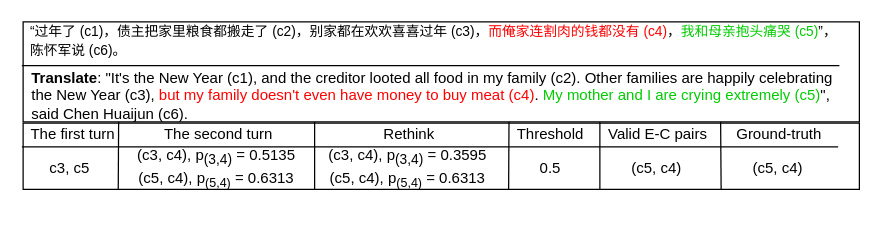
Before: case3.drawio in zhoucz97/paper_figure, a draw.io diagram. Source tidied: cells renumbered, new cells numbered last; positions are measured from the earlier drawing's top-left corner, leaving out a move shared by most shapes. Both pictures are drawn from the tidied source at 125%, with x=0, y=0 at pixel (21, 21).
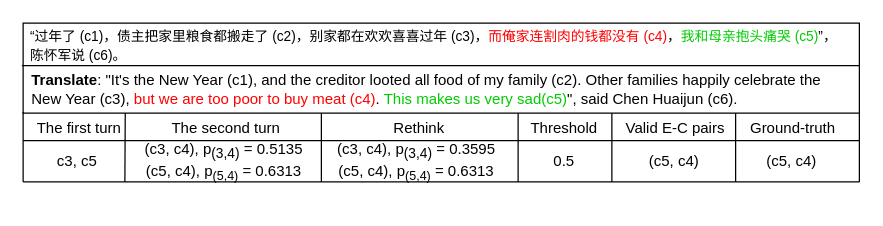
Above is the later version.

The edit, as a diff of the source:
```diff
@@
     <mxCell id="2" style="rounded=0;whiteSpace=wrap;html=1;shadow=0;glass=0;sketch=0;strokeWidth=1;gradientColor=#FFFFFF;fillColor=none;" parent="1" vertex="1">
-      <mxGeometry x="1" width="669" height="80" as="geometry" />
+      <mxGeometry x="1" y="1" width="669" height="72" as="geometry" />
     </mxCell>
-    <mxCell id="3" value="&lt;b&gt;Translate&lt;/b&gt;: &quot;It's the New Year (c1), and the creditor looted all food in my family (c2). Other families are happily celebrating the New Year (c3), &lt;font color=&quot;#ff0000&quot;&gt;but my family doesn't even have money to buy meat (c4)&lt;/font&gt;. &lt;font color=&quot;#00cc00&quot;&gt;My mother and I are crying extremely (c5)&lt;/font&gt;&quot;, said Chen Huaijun (c6).&lt;p style=&quot;line-height: 140%&quot;&gt;&lt;/p&gt;" style="text;html=1;fillColor=none;align=left;verticalAlign=middle;whiteSpace=wrap;rounded=0;strokeWidth=0;" parent="1" vertex="1">
-      <mxGeometry x="6.3" y="40" width="653.7" height="50" as="geometry" />
+    <mxCell id="3" value="&lt;b&gt;Translate&lt;/b&gt;: &quot;It's the New Year (c1), and the creditor looted all food of my family (c2). Other families happily celebrate the New Year (c3),&amp;nbsp;&lt;font color=&quot;#ff0000&quot;&gt;but we are too poor to buy meat (c4)&lt;/font&gt;. &lt;font color=&quot;#00cc00&quot;&gt;This makes us very sad(c5)&lt;/font&gt;&quot;, said Chen Huaijun (c6).&lt;p style=&quot;line-height: 140%&quot;&gt;&lt;/p&gt;" style="text;html=1;fillColor=none;align=left;verticalAlign=middle;whiteSpace=wrap;rounded=0;strokeWidth=0;" parent="1" vertex="1">
+      <mxGeometry x="6.3" y="35" width="653.7" height="50" as="geometry" />
     </mxCell>
     <mxCell id="4" value="Ground-truth" style="text;html=1;strokeColor=none;fillColor=none;align=center;verticalAlign=middle;whiteSpace=wrap;rounded=0;shadow=0;glass=0;sketch=0;" parent="1" vertex="1">
-      <mxGeometry x="564.6" y="80" width="82" height="20" as="geometry" />
+      <mxGeometry x="576" y="75" width="82" height="20" as="geometry" />
     </mxCell>
     <mxCell id="5" value="&lt;font style=&quot;font-size: 12px&quot;&gt;The first turn&lt;/font&gt;" style="text;html=1;strokeColor=none;fillColor=none;align=center;verticalAlign=middle;whiteSpace=wrap;rounded=0;shadow=0;glass=0;sketch=0;" parent="1" vertex="1">
-      <mxGeometry x="4.8" y="80" width="72.2" height="20" as="geometry" />
+      <mxGeometry x="10.1" y="75" width="72.2" height="20" as="geometry" />
     </mxCell>
     <mxCell id="6" value="The second turn" style="text;html=1;strokeColor=none;fillColor=none;align=center;verticalAlign=middle;whiteSpace=wrap;rounded=0;shadow=0;glass=0;sketch=0;" parent="1" vertex="1">
-      <mxGeometry x="108.4" y="80" width="99" height="20" as="geometry" />
+      <mxGeometry x="113.8" y="75" width="99" height="20" as="geometry" />
     </mxCell>
     <mxCell id="7" value="Rethink" style="text;html=1;strokeColor=none;fillColor=none;align=center;verticalAlign=middle;whiteSpace=wrap;rounded=0;shadow=0;glass=0;sketch=0;" parent="1" vertex="1">
-      <mxGeometry x="270.4" y="80" width="80" height="20" as="geometry" />
+      <mxGeometry x="278" y="75" width="80" height="20" as="geometry" />
     </mxCell>
     <mxCell id="8" value="Valid E-C pairs" style="text;html=1;strokeColor=none;fillColor=none;align=center;verticalAlign=middle;whiteSpace=wrap;rounded=0;shadow=0;glass=0;sketch=0;" parent="1" vertex="1">
-      <mxGeometry x="463.4" y="80" width="92" height="20" as="geometry" />
+      <mxGeometry x="477.1" y="75" width="92" height="20" as="geometry" />
     </mxCell>
     <mxCell id="9" value="c3, c5" style="text;html=1;strokeColor=none;fillColor=none;align=center;verticalAlign=middle;whiteSpace=wrap;rounded=0;shadow=0;glass=0;sketch=0;" parent="1" vertex="1">
-      <mxGeometry x="6.3" y="110.5" width="64.8" height="13" as="geometry" />
+      <mxGeometry x="11.6" y="105.5" width="64.8" height="13" as="geometry" />
     </mxCell>
     <mxCell id="10" value="&lt;p&gt;(c3, c4), p&lt;sub&gt;&lt;font style=&quot;font-size: 11px&quot;&gt;(3,4)&lt;/font&gt;&lt;/sub&gt; = 0.5135&amp;nbsp; (c5, c4), p&lt;sub&gt;(5,4)&lt;/sub&gt; = 0.6313&amp;nbsp;&lt;br&gt;&lt;/p&gt;" style="text;html=1;strokeColor=none;fillColor=none;align=center;verticalAlign=middle;whiteSpace=wrap;rounded=0;shadow=0;glass=0;sketch=0;" parent="1" vertex="1">
-      <mxGeometry x="85.4" y="100" width="145" height="34" as="geometry" />
+      <mxGeometry x="90.8" y="95" width="145" height="34" as="geometry" />
     </mxCell>
     <mxCell id="11" value="(c5, c4)" style="text;html=1;strokeColor=none;fillColor=none;align=center;verticalAlign=middle;whiteSpace=wrap;rounded=0;shadow=0;glass=0;sketch=0;" parent="1" vertex="1">
-      <mxGeometry x="461.2" y="110.5" width="94.2" height="13" as="geometry" />
+      <mxGeometry x="474.8" y="105.5" width="94.2" height="13" as="geometry" />
     </mxCell>
     <mxCell id="12" value="Threshold" style="text;html=1;strokeColor=none;fillColor=none;align=center;verticalAlign=middle;whiteSpace=wrap;rounded=0;shadow=0;glass=0;sketch=0;" parent="1" vertex="1">
-      <mxGeometry x="396.4" y="80" width="54" height="20" as="geometry" />
+      <mxGeometry x="407" y="75" width="54" height="20" as="geometry" />
     </mxCell>
     <mxCell id="13" value="0.5" style="text;html=1;strokeColor=none;fillColor=none;align=center;verticalAlign=middle;whiteSpace=wrap;rounded=0;shadow=0;glass=0;sketch=0;" parent="1" vertex="1">
-      <mxGeometry x="403.4" y="110.5" width="40" height="13" as="geometry" />
+      <mxGeometry x="414" y="105.5" width="40" height="13" as="geometry" />
     </mxCell>
     <mxCell id="14" value="&lt;span style=&quot;font-size: 11px&quot;&gt;“过年了 (c1)，债主把家里粮食都搬走了 (c2)，别家都在欢欢喜喜过年 (c3)，&lt;font color=&quot;#ff0000&quot;&gt;而俺家连割肉的钱都没有 (c4)&lt;/font&gt;，&lt;font color=&quot;#00cc00&quot;&gt;我和母亲抱头痛哭 (c5)&lt;/font&gt;”，陈怀军说 (c6)。&lt;/span&gt;" style="text;html=1;strokeColor=none;fillColor=none;align=left;verticalAlign=middle;whiteSpace=wrap;rounded=0;" parent="1" vertex="1">
-      <mxGeometry x="5.3" width="654.7" height="30" as="geometry" />
+      <mxGeometry x="5.3" y="4" width="654.7" height="30" as="geometry" />
     </mxCell>
     <mxCell id="15" value="(c5, c4)" style="text;html=1;strokeColor=none;fillColor=none;align=center;verticalAlign=middle;whiteSpace=wrap;rounded=0;shadow=0;glass=0;sketch=0;" parent="1" vertex="1">
-      <mxGeometry x="563.8" y="110.5" width="81.6" height="13" as="geometry" />
+      <mxGeometry x="575" y="105.5" width="81.6" height="13" as="geometry" />
     </mxCell>
     <mxCell id="16" style="endArrow=none;html=1;entryX=0.123;entryY=0.016;entryDx=0;entryDy=0;entryPerimeter=0;endSize=7;startSize=7;" parent="1" edge="1">
       <mxGeometry relative="1" as="geometry">
-        <mxPoint x="234.2" y="134" as="sourcePoint" />
-        <mxPoint x="234.2" y="80" as="targetPoint" />
+        <mxPoint x="239.6" y="128" as="sourcePoint" />
+        <mxPoint x="239.6" y="73" as="targetPoint" />
       </mxGeometry>
     </mxCell>
     <mxCell id="17" style="endArrow=none;html=1;entryX=0.123;entryY=0.016;entryDx=0;entryDy=0;entryPerimeter=0;endSize=7;startSize=7;" parent="1" edge="1">
       <mxGeometry relative="1" as="geometry">
-        <mxPoint x="389.4" y="134" as="sourcePoint" />
-        <mxPoint x="389.7" y="80" as="targetPoint" />
+        <mxPoint x="397" y="128" as="sourcePoint" />
+        <mxPoint x="397" y="73" as="targetPoint" />
       </mxGeometry>
     </mxCell>
-    <mxCell id="18" style="endArrow=none;html=1;entryX=0.123;entryY=0.016;entryDx=0;entryDy=0;entryPerimeter=0;endSize=7;startSize=7;" parent="1" edge="1">
-      <mxGeometry relative="1" as="geometry">
-        <mxPoint x="559.4" y="134" as="sourcePoint" />
-        <mxPoint x="559" y="80" as="targetPoint" />
-      </mxGeometry>
-    </mxCell>
-    <mxCell id="19" style="rounded=0;whiteSpace=wrap;html=1;shadow=0;glass=0;sketch=0;strokeWidth=1;fillColor=none;gradientColor=#FFFFFF;" parent="1" vertex="1">
-      <mxGeometry x="1" y="81" width="669" height="53" as="geometry" />
-    </mxCell>
     <mxCell id="20" style="endArrow=none;html=1;startSize=7;endSize=7;" parent="1" edge="1">
       <mxGeometry relative="1" as="geometry">
-        <mxPoint x="462.4" y="134" as="sourcePoint" />
-        <mxPoint x="462.4" y="80" as="targetPoint" />
+        <mxPoint x="472" y="128" as="sourcePoint" />
+        <mxPoint x="472" y="73" as="targetPoint" />
       </mxGeometry>
     </mxCell>
     <mxCell id="21" value="&lt;p&gt;(c3, c4), p&lt;sub&gt;&lt;font style=&quot;font-size: 11px&quot;&gt;(3,4)&lt;/font&gt;&lt;/sub&gt; = 0.3595&amp;nbsp; (c5, c4), p&lt;sub&gt;(5,4)&lt;/sub&gt; = 0.6313&amp;nbsp;&lt;br&gt;&lt;/p&gt;" style="text;html=1;strokeColor=none;fillColor=none;align=center;verticalAlign=middle;whiteSpace=wrap;rounded=0;shadow=0;glass=0;sketch=0;" parent="1" vertex="1">
-      <mxGeometry x="237.9" y="100" width="145" height="34" as="geometry" />
+      <mxGeometry x="245" y="95" width="145" height="34" as="geometry" />
     </mxCell>
     <mxCell id="22" style="endArrow=none;html=1;" parent="1" edge="1">
       <mxGeometry relative="1" as="geometry">
         <mxPoint y="35" as="sourcePoint" />
-        <mxPoint x="654" y="35" as="targetPoint" />
+        <mxPoint x="670" y="35" as="targetPoint" />
       </mxGeometry>
     </mxCell>
     <mxCell id="23" style="endArrow=none;html=1;entryX=0.123;entryY=0.016;entryDx=0;entryDy=0;entryPerimeter=0;endSize=7;startSize=7;" parent="1" edge="1">
       <mxGeometry relative="1" as="geometry">
-        <mxPoint x="77.1" y="134" as="sourcePoint" />
-        <mxPoint x="77.4" y="80" as="targetPoint" />
+        <mxPoint x="82.4" y="128" as="sourcePoint" />
+        <mxPoint x="82.7" y="73" as="targetPoint" />
       </mxGeometry>
     </mxCell>
-    <mxCell id="24" style="endArrow=none;html=1;exitX=-0.001;exitY=0.409;exitDx=0;exitDy=0;exitPerimeter=0;" parent="1" edge="1">
+    <mxCell id="24" style="endArrow=none;html=1;" parent="1" edge="1">
       <mxGeometry relative="1" as="geometry">
-        <mxPoint x="653" y="100" as="sourcePoint" />
-        <mxPoint y="100" as="targetPoint" />
+        <mxPoint x="670" y="95" as="sourcePoint" />
+        <mxPoint x="1" y="95" as="targetPoint" />
       </mxGeometry>
     </mxCell>
+    <mxCell id="25" style="endArrow=none;html=1;startSize=7;endSize=7;" parent="1" edge="1">
+      <mxGeometry relative="1" as="geometry">
+        <mxPoint x="571" y="128" as="sourcePoint" />
+        <mxPoint x="571" y="73" as="targetPoint" />
+      </mxGeometry>
+    </mxCell>
+    <mxCell id="26" style="endArrow=none;html=1;entryX=0.123;entryY=0.016;entryDx=0;entryDy=0;entryPerimeter=0;endSize=7;startSize=7;" parent="1" edge="1">
+      <mxGeometry relative="1" as="geometry">
+        <mxPoint x="1" y="128" as="sourcePoint" />
+        <mxPoint x="1" y="72" as="targetPoint" />
+      </mxGeometry>
+    </mxCell>
+    <mxCell id="27" style="endArrow=none;html=1;startSize=7;endSize=7;" parent="1" edge="1">
+      <mxGeometry relative="1" as="geometry">
+        <mxPoint x="670" y="128" as="sourcePoint" />
+        <mxPoint x="670" y="73" as="targetPoint" />
+      </mxGeometry>
+    </mxCell>
+    <mxCell id="28" style="endArrow=none;html=1;" parent="1" edge="1">
+      <mxGeometry relative="1" as="geometry">
+        <mxPoint x="670" y="128" as="sourcePoint" />
+        <mxPoint x="1" y="128" as="targetPoint" />
+      </mxGeometry>
+    </mxCell>
```
